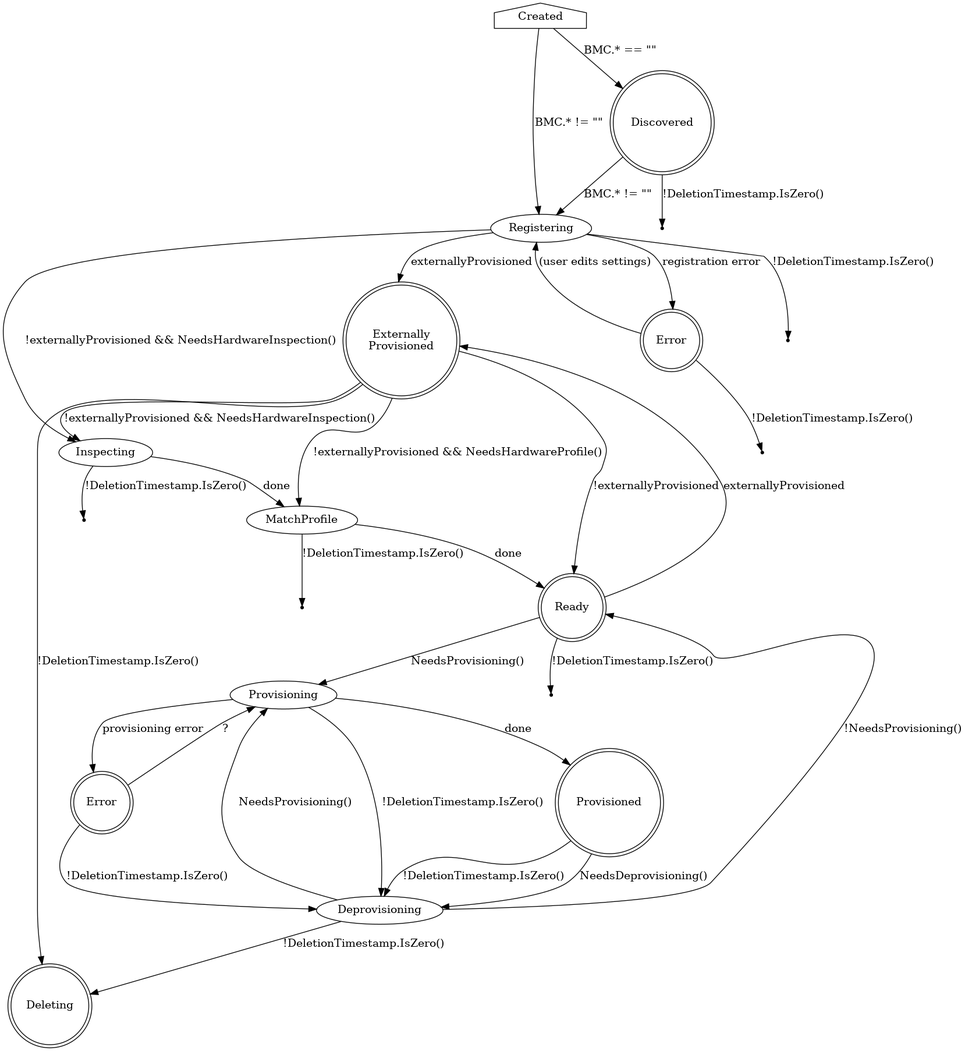
Above: docs/BaremetalHost_ProvisioningState.png in metal3-io/baremetal-operator (Graphviz), before the change. Its source is kept beside it as docs/BaremetalHost_ProvisioningState.dot.
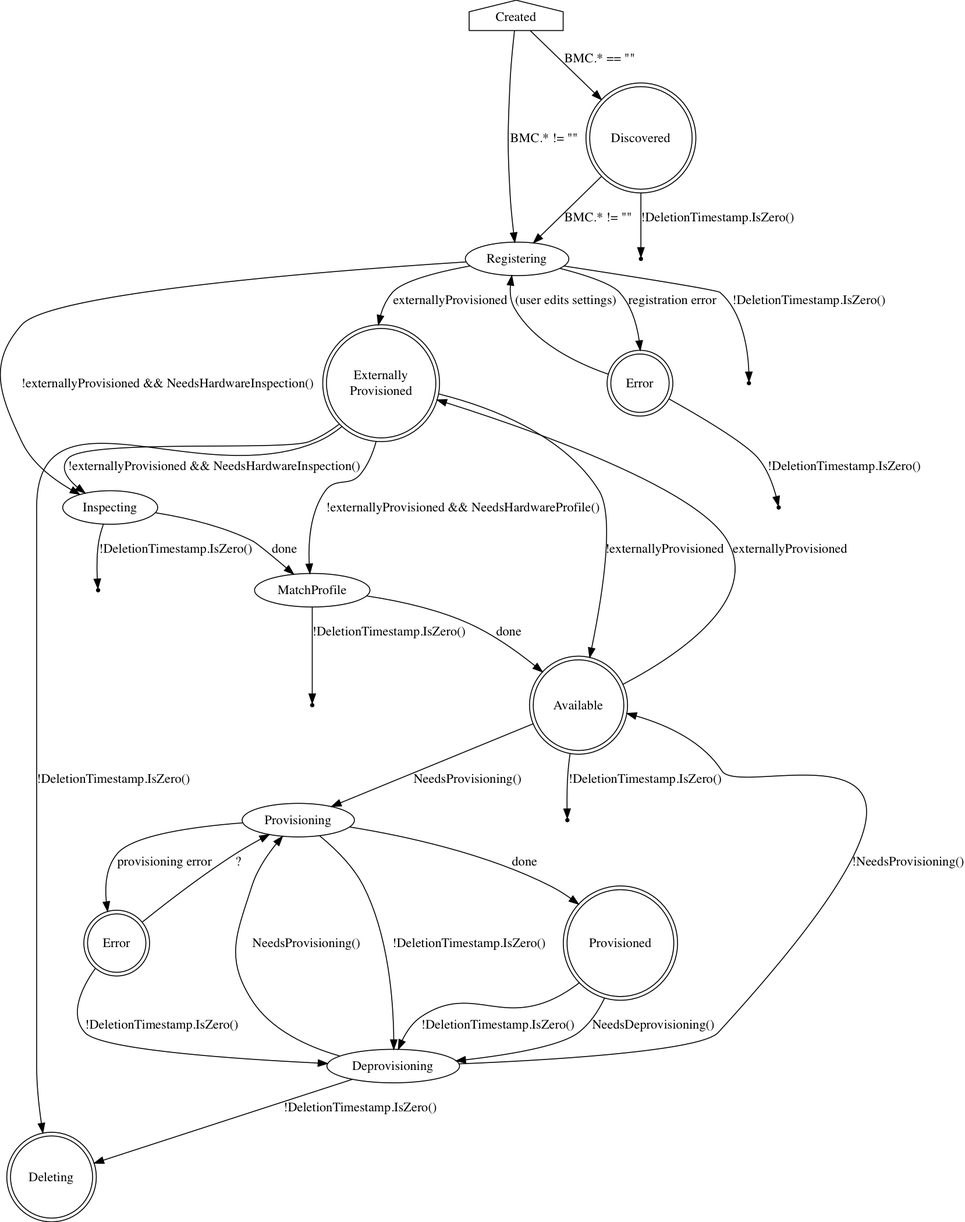
The same file after the commit.

Commit message:
Update docs with new Available status

The edit, as a diff of the source:
```diff
@@ -20,15 +20,15 @@
 
     ExternallyProvisioned -> Inspecting [label="!externallyProvisioned && NeedsHardwareInspection()"]
     ExternallyProvisioned -> MatchProfile [label="!externallyProvisioned && NeedsHardwareProfile()"]
-    ExternallyProvisioned -> Ready [label="!externallyProvisioned"]
-    Ready -> ExternallyProvisioned [label="externallyProvisioned"]
+    ExternallyProvisioned -> Available [label="!externallyProvisioned"]
+    Available -> ExternallyProvisioned [label="externallyProvisioned"]
 
     Inspecting -> MatchProfile [label="done"]
     Inspecting -> Deleting3 [label="!DeletionTimestamp.IsZero()"]
 
     Deleting3 [shape=point]
 
-    MatchProfile -> Ready [label="done"]
+    MatchProfile -> Available [label="done"]
     MatchProfile -> Deleting4 [label="!DeletionTimestamp.IsZero()"]
 
     Deleting4 [shape=point]
@@ -39,9 +39,9 @@
 
     Deleting5 [shape=point]
 
-    Ready [shape=doublecircle]
-    Ready -> Provisioning [label="NeedsProvisioning()"]
-    Ready -> Deleting6 [label="!DeletionTimestamp.IsZero()"]
+    Available [shape=doublecircle]
+    Available -> Provisioning [label="NeedsProvisioning()"]
+    Available -> Deleting6 [label="!DeletionTimestamp.IsZero()"]
 
     Deleting6 [shape=point]
 
@@ -61,7 +61,7 @@
     ExternallyProvisioned -> Deleting [label="!DeletionTimestamp.IsZero()"]
 
     Deprovisioning -> Provisioning [label="NeedsProvisioning()"]
-    Deprovisioning -> Ready [label="!NeedsProvisioning()"]
+    Deprovisioning -> Available [label="!NeedsProvisioning()"]
     Deprovisioning -> Deleting [label="!DeletionTimestamp.IsZero()"]
 
     Deleting [shape=doublecircle]
```
